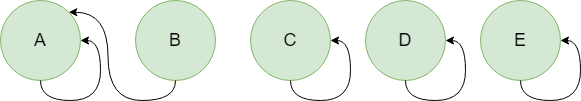
Earlier version of the draw.io export algrithem/union_set_example1.drawio.png (muxicode/c153080686). Source tidied: cells renumbered, new cells last; positions are measured from the earlier drawing's top-left corner, leaving out a move shared by most shapes.
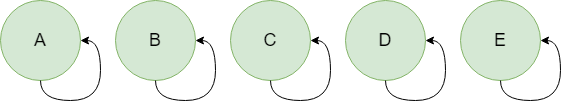
After the change.

Diff of the diagram source:
```diff
@@ -3,7 +3,7 @@
     <mxCell id="0" />
     <mxCell id="1" parent="0" />
     <mxCell id="2" value="&lt;font style=&quot;font-size: 18px;&quot;&gt;A&lt;/font&gt;" style="ellipse;whiteSpace=wrap;html=1;fillColor=#d5e8d4;strokeColor=#82b366;" parent="1" vertex="1">
-      <mxGeometry width="80" height="80" as="geometry" />
+      <mxGeometry x="20" width="80" height="80" as="geometry" />
     </mxCell>
     <mxCell id="3" style="edgeStyle=orthogonalEdgeStyle;rounded=0;orthogonalLoop=1;jettySize=auto;html=1;exitX=0.5;exitY=1;exitDx=0;exitDy=0;entryX=1;entryY=0.5;entryDx=0;entryDy=0;curved=1;" parent="1" edge="1" source="2" target="2">
       <mxGeometry relative="1" as="geometry" />
@@ -11,7 +11,7 @@
     <mxCell id="4" value="&lt;font style=&quot;font-size: 18px;&quot;&gt;B&lt;/font&gt;" style="ellipse;whiteSpace=wrap;html=1;fillColor=#d5e8d4;strokeColor=#82b366;" parent="1" vertex="1">
       <mxGeometry x="135" width="80" height="80" as="geometry" />
     </mxCell>
-    <mxCell id="5" style="edgeStyle=orthogonalEdgeStyle;rounded=0;jettySize=auto;html=1;exitX=0.5;exitY=1;exitDx=0;exitDy=0;entryX=1;entryY=0;entryDx=0;entryDy=0;curved=1;" parent="1" edge="1" source="4" target="2">
+    <mxCell id="5" style="edgeStyle=orthogonalEdgeStyle;rounded=0;orthogonalLoop=1;jettySize=auto;html=1;exitX=0.5;exitY=1;exitDx=0;exitDy=0;entryX=1;entryY=0.5;entryDx=0;entryDy=0;curved=1;" parent="1" edge="1" source="4" target="4">
       <mxGeometry relative="1" as="geometry" />
     </mxCell>
     <mxCell id="6" value="&lt;span style=&quot;font-size: 18px;&quot;&gt;C&lt;/span&gt;" style="ellipse;whiteSpace=wrap;html=1;fillColor=#d5e8d4;strokeColor=#82b366;" parent="1" vertex="1">
```
